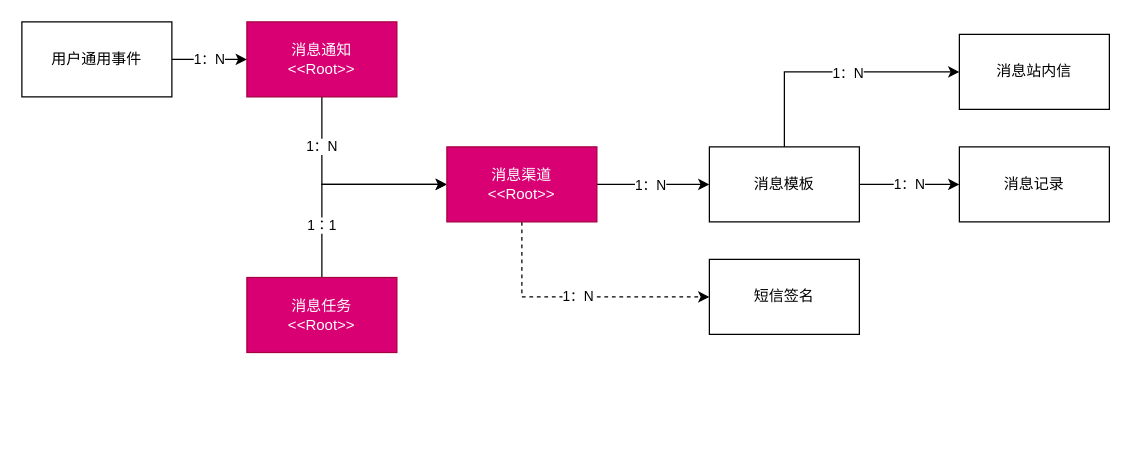
The draw.io diagram Untitled Diagram.drawio in juxiemushu/Personalword, before the edit. Source tidied: cells renumbered, new cells numbered last; positions are measured from the earlier drawing's top-left corner, leaving out a move shared by most shapes. Both pictures are drawn from the tidied source at 125%, with x=0, y=0 at pixel (21, 21).
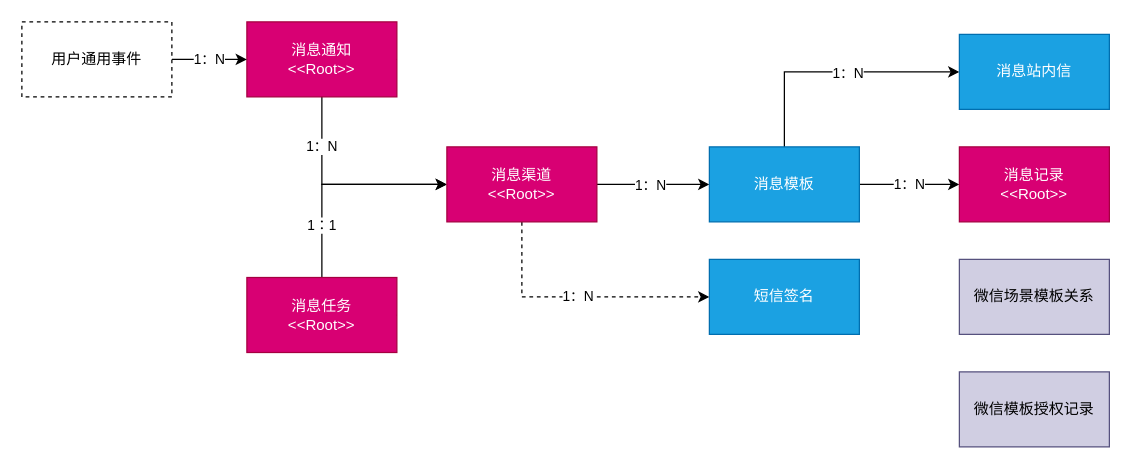
The same page after the edit.

Commit message:
Update touch model

The edit, as a diff of the source:
```diff
@@
-    <mxCell id="14" value="消息模板" style="rounded=0;whiteSpace=wrap;html=1;" parent="1" vertex="1">
+    <mxCell id="14" value="消息模板" style="rounded=0;whiteSpace=wrap;html=1;fillColor=#1ba1e2;strokeColor=#006EAF;fontColor=#ffffff;" parent="1" vertex="1">
       <mxGeometry x="550" y="100" width="120" height="60" as="geometry" />
     </mxCell>
-    <mxCell id="15" value="消息记录" style="rounded=0;whiteSpace=wrap;html=1;" parent="1" vertex="1">
+    <mxCell id="15" value="消息记录&lt;br&gt;&amp;lt;&amp;lt;Root&amp;gt;&amp;gt;" style="rounded=0;whiteSpace=wrap;html=1;fillColor=#d80073;strokeColor=#A50040;fontColor=#ffffff;" parent="1" vertex="1">
       <mxGeometry x="750" y="100" width="120" height="60" as="geometry" />
     </mxCell>
-    <mxCell id="16" value="短信签名" style="rounded=0;whiteSpace=wrap;html=1;" parent="1" vertex="1">
+    <mxCell id="16" value="短信签名" style="rounded=0;whiteSpace=wrap;html=1;fillColor=#1ba1e2;strokeColor=#006EAF;fontColor=#ffffff;" parent="1" vertex="1">
       <mxGeometry x="550" y="190" width="120" height="60" as="geometry" />
     </mxCell>
-    <mxCell id="17" value="消息站内信" style="rounded=0;whiteSpace=wrap;html=1;" parent="1" vertex="1">
+    <mxCell id="17" value="消息站内信" style="rounded=0;whiteSpace=wrap;html=1;fillColor=#1ba1e2;strokeColor=#006EAF;fontColor=#ffffff;" parent="1" vertex="1">
       <mxGeometry x="750" y="10" width="120" height="60" as="geometry" />
     </mxCell>
@@
-    <mxCell id="19" value="用户通用事件" style="rounded=0;whiteSpace=wrap;html=1;" parent="1" vertex="1">
+    <mxCell id="19" value="用户通用事件" style="rounded=0;whiteSpace=wrap;html=1;dashed=1;" parent="1" vertex="1">
       <mxGeometry width="120" height="60" as="geometry" />
     </mxCell>
+    <mxCell id="20" value="微信场景模板关系" style="rounded=0;whiteSpace=wrap;html=1;fillColor=#d0cee2;strokeColor=#56517e;" parent="1" vertex="1">
+      <mxGeometry x="750" y="190" width="120" height="60" as="geometry" />
+    </mxCell>
+    <mxCell id="21" value="微信模板授权记录" style="rounded=0;whiteSpace=wrap;html=1;fillColor=#d0cee2;strokeColor=#56517e;" parent="1" vertex="1">
+      <mxGeometry x="750" y="280" width="120" height="60" as="geometry" />
+    </mxCell>
```
